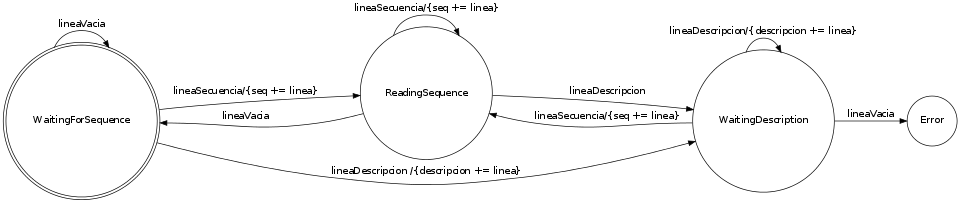
This is doc/FSM.png from fmunoz92/biopp-filer, a Graphviz export, as it was before one commit. Its source is kept beside it as doc/fsm.gv.
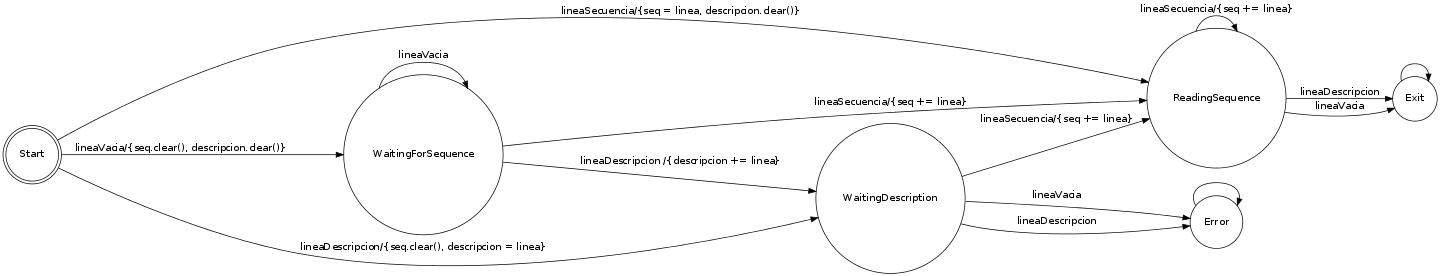
Above is the later version.

What changed in the source:
```diff
@@ -1,15 +1,26 @@
 digraph finite_state_machine {
 	rankdir=LR;
-	size="10"
-	node [shape = doublecircle]; WaitingForSequence;
+	size="15"
+	node [shape = doublecircle]; Start;
 	node [shape = circle];
+
+    Start -> WaitingForSequence [ label = "lineaVacia/{seq.clear(), descripcion.clear()}" ];
+    Start -> WaitingDescription [ label = "lineaDescripcion/{seq.clear(), descripcion = linea}" ];
+    Start -> ReadingSequence    [ label = "lineaSecuencia/{seq = linea, descripcion.clear()}" ];
+
 	WaitingForSequence -> ReadingSequence    [ label = "lineaSecuencia/{seq += linea}" ];
 	WaitingForSequence -> WaitingDescription [ label = "lineaDescripcion /{descripcion += linea}" ];
 	WaitingForSequence -> WaitingForSequence [ label = "lineaVacia" ];
-	ReadingSequence    -> WaitingForSequence [ label = "lineaVacia" ];
-	ReadingSequence    -> WaitingDescription [ label = "lineaDescripcion" ];
-	WaitingDescription -> Error              [ label = "lineaVacia" ];
+
+    WaitingDescription -> Error              [ label = "lineaVacia" ];
+	WaitingDescription -> Error              [ label = "lineaDescripcion" ];
+	WaitingDescription -> ReadingSequence    [ label = "lineaSecuencia/{seq += linea}" ];
+
+	ReadingSequence    -> Exit               [ label = "lineaVacia" ];
+	ReadingSequence    -> Exit               [ label = "lineaDescripcion" ];
 	ReadingSequence    -> ReadingSequence    [ label = "lineaSecuencia/{seq += linea}" ];
-	WaitingDescription -> WaitingDescription [ label = "lineaDescripcion/{descripcion += linea}" ];
-	WaitingDescription -> ReadingSequence [ label = "lineaSecuencia/{seq += linea}" ];
+
+
+    Error-> Error [label = ""]
+    Exit -> Exit [label = ""]
 }
```
